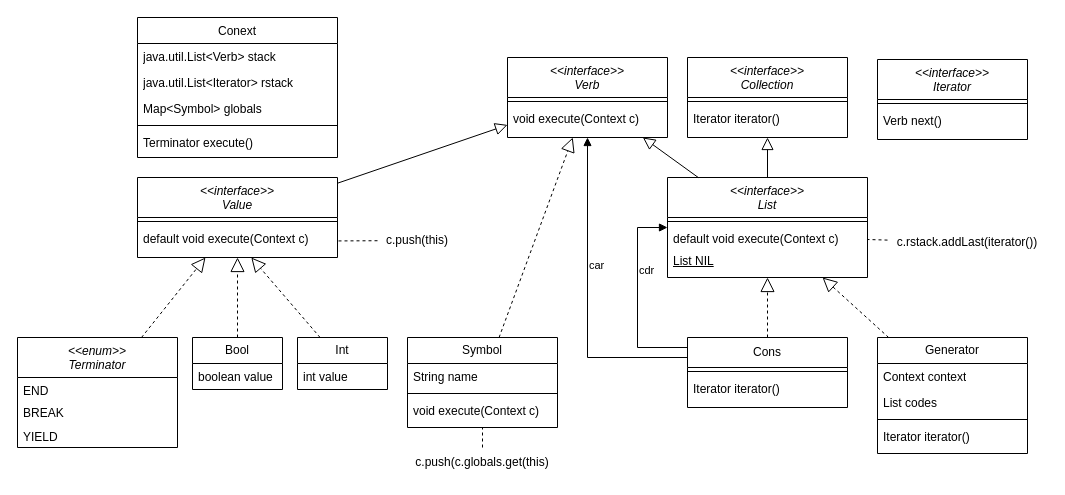
The draw.io diagram doc/pcstack.drawio in saka1029/pcstack, before the edit. Source tidied: cells renumbered, new cells numbered last; positions are measured from the earlier drawing's top-left corner, leaving out a move shared by most shapes. Both pictures are drawn from the tidied source at 100%, with x=0, y=0 at pixel (17, 17).
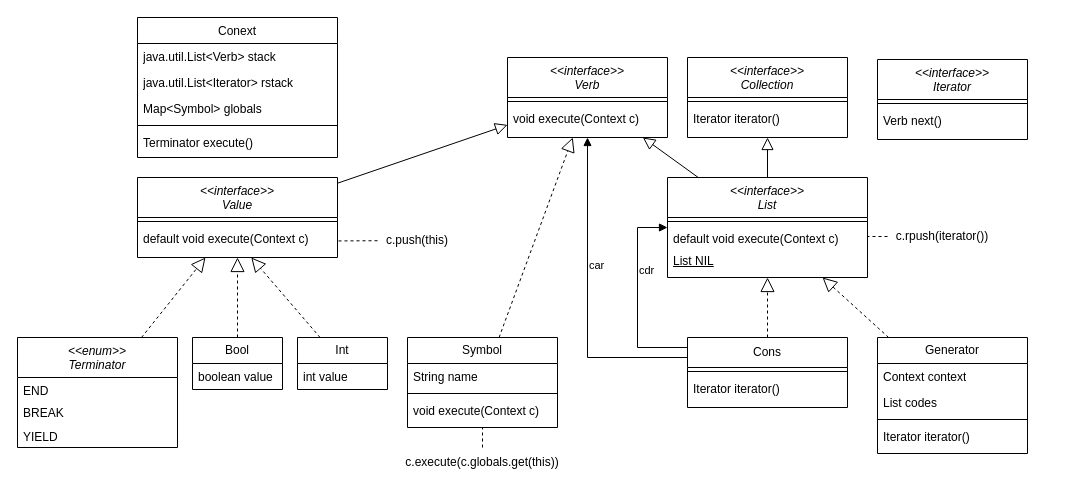
Above is the later version.

The edit, as a diff of the source:
```diff
@@
-    <mxCell id="46" value="c.rstack.addLast(iterator())" style="text;html=1;strokeColor=none;fillColor=none;align=center;verticalAlign=middle;whiteSpace=wrap;rounded=0;" parent="1" vertex="1">
-      <mxGeometry x="870" y="210" width="160" height="30" as="geometry" />
+    <mxCell id="46" value="c.rpush(iterator())" style="text;html=1;strokeColor=none;fillColor=none;align=center;verticalAlign=middle;whiteSpace=wrap;rounded=0;" parent="1" vertex="1">
+      <mxGeometry x="870" y="204" width="110" height="30" as="geometry" />
     </mxCell>
@@
-    <mxCell id="59" value="c.push(c.globals.get(this)" style="text;html=1;strokeColor=none;fillColor=none;align=center;verticalAlign=middle;whiteSpace=wrap;rounded=0;" parent="1" vertex="1">
+    <mxCell id="59" value="c.execute(c.globals.get(this))" style="text;html=1;strokeColor=none;fillColor=none;align=center;verticalAlign=middle;whiteSpace=wrap;rounded=0;" parent="1" vertex="1">
       <mxGeometry x="375" y="430" width="180" height="30" as="geometry" />
     </mxCell>
```
